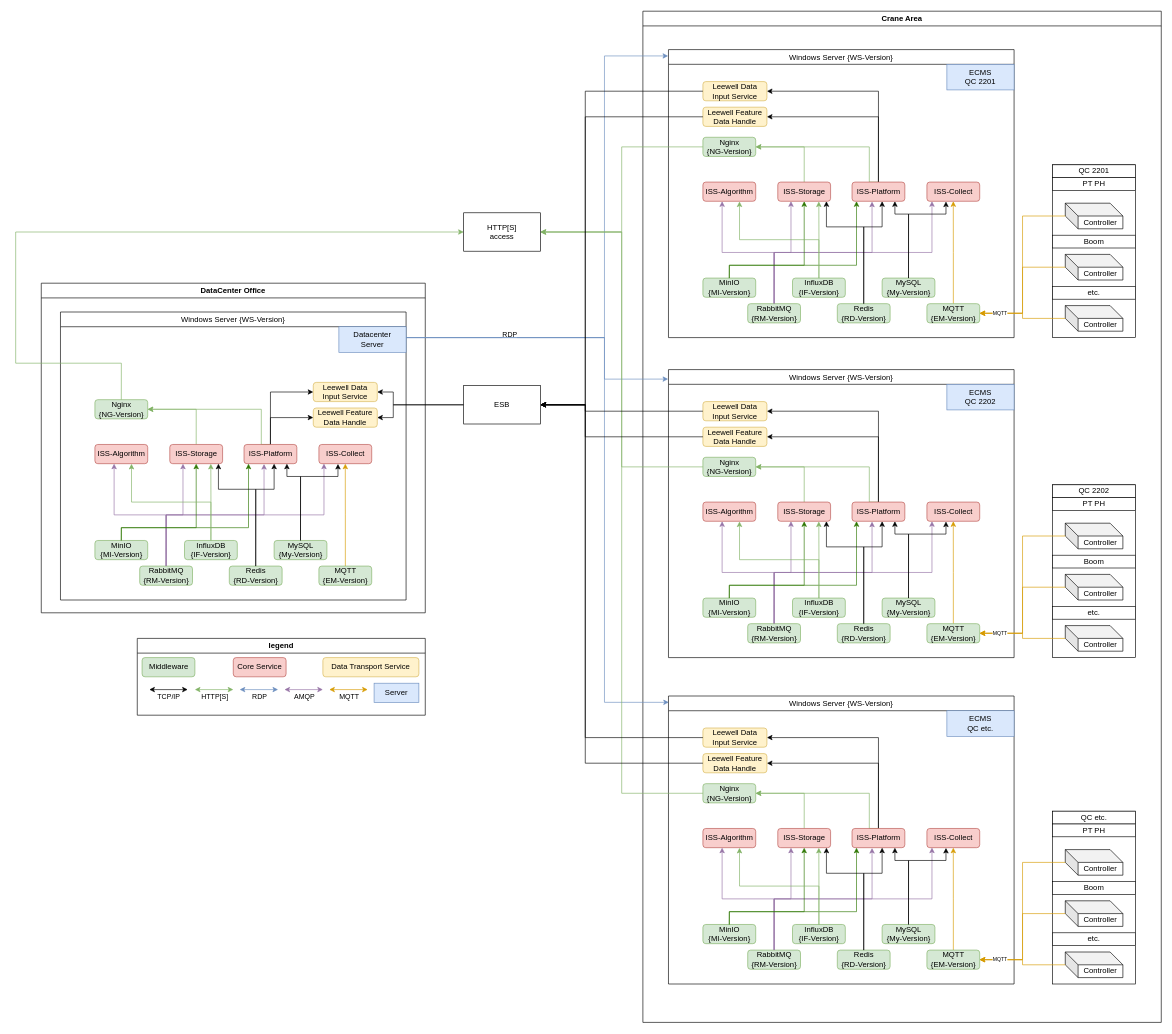
The draw.io diagram PSA 四代 ECMS 架构图.drawio in bird1225/draw, before the edit. Source tidied: cells renumbered, new cells numbered last; positions are measured from the earlier drawing's top-left corner, leaving out a move shared by most shapes. Both pictures are drawn from the tidied source at 64%, with x=0, y=0 at pixel (15, 11).
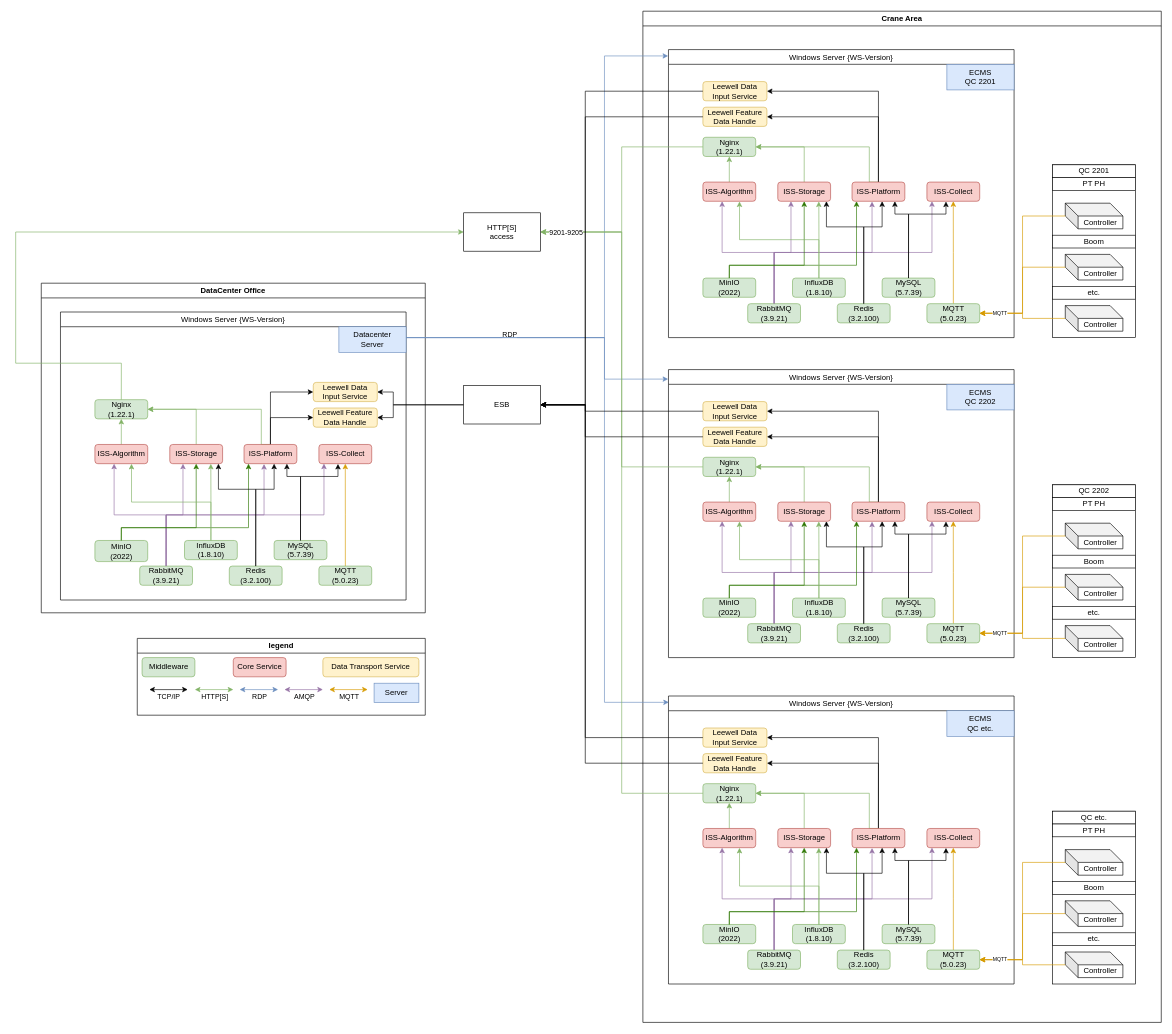
The same page after the edit.

Commit message (it also covers changes not shown here):
更新PSA 四代 ECMS 架构图.drawio

The change refers to these unchanged cells:
```xml
<mxCell id="4" value="&lt;span style=&quot;font-weight: 400;&quot;&gt;Windows Server {WS-Version}&lt;/span&gt;" style="swimlane;whiteSpace=wrap;html=1;" parent="3" vertex="1">
  <mxGeometry width="540" height="450" as="geometry" />
</mxCell>
<mxCell id="6" value="ISS-Algorithm" style="rounded=1;whiteSpace=wrap;html=1;fillColor=#f8cecc;strokeColor=#b85450;" parent="4" vertex="1">
  <mxGeometry x="53.8" y="207" width="82.5" height="30" as="geometry" />
</mxCell>
<mxCell id="50" value="&lt;span style=&quot;font-weight: 400;&quot;&gt;Windows Server {WS-Version}&lt;/span&gt;" style="swimlane;whiteSpace=wrap;html=1;" parent="49" vertex="1">
  <mxGeometry width="540" height="450" as="geometry" />
</mxCell>
<mxCell id="52" value="ISS-Algorithm" style="rounded=1;whiteSpace=wrap;html=1;fillColor=#f8cecc;strokeColor=#b85450;" parent="50" vertex="1">
  <mxGeometry x="53.8" y="207" width="82.5" height="30" as="geometry" />
</mxCell>
<mxCell id="96" value="&lt;span style=&quot;font-weight: 400;&quot;&gt;Windows Server {WS-Version}&lt;/span&gt;" style="swimlane;whiteSpace=wrap;html=1;" parent="95" vertex="1">
  <mxGeometry width="540" height="450" as="geometry" />
</mxCell>
<mxCell id="98" value="ISS-Algorithm" style="rounded=1;whiteSpace=wrap;html=1;fillColor=#f8cecc;strokeColor=#b85450;" parent="96" vertex="1">
  <mxGeometry x="53.8" y="207" width="82.5" height="30" as="geometry" />
</mxCell>
<mxCell id="145" value="&lt;span style=&quot;font-weight: 400;&quot;&gt;Windows Server {WS-Version}&lt;/span&gt;" style="swimlane;whiteSpace=wrap;html=1;" parent="144" vertex="1">
  <mxGeometry x="30" y="45" width="540" height="450" as="geometry" />
</mxCell>
<mxCell id="147" value="ISS-Algorithm" style="rounded=1;whiteSpace=wrap;html=1;fillColor=#f8cecc;strokeColor=#b85450;" parent="145" vertex="1">
  <mxGeometry x="53.8" y="207" width="82.5" height="30" as="geometry" />
</mxCell>
<mxCell id="199" style="edgeStyle=orthogonalEdgeStyle;rounded=0;jettySize=auto;html=1;exitX=0;exitY=0.5;exitDx=0;exitDy=0;entryX=1;entryY=0.5;entryDx=0;entryDy=0;fillColor=#d5e8d4;strokeColor=#82b366;" parent="1" edge="1" source="33" target="177">
  <mxGeometry relative="1" as="geometry" />
</mxCell>
```

Change to the diagram source:
```diff
@@
+    <mxCell id="207" style="edgeStyle=orthogonalEdgeStyle;rounded=0;jettySize=auto;html=1;exitX=0.5;exitY=0;exitDx=0;exitDy=0;entryX=0.5;entryY=1;entryDx=0;entryDy=0;fillColor=#d5e8d4;strokeColor=#82b366;" parent="4" edge="1" source="6" target="33">
+      <mxGeometry relative="1" as="geometry" />
+    </mxCell>
@@
-    <mxCell id="16" value="RabbitMQ&lt;br&gt;{RM-Version}" style="rounded=1;whiteSpace=wrap;html=1;fillColor=#d5e8d4;strokeColor=#82b366;" parent="4" vertex="1">
+    <mxCell id="16" value="RabbitMQ&lt;br&gt;(3.9.21)" style="rounded=1;whiteSpace=wrap;html=1;fillColor=#d5e8d4;strokeColor=#82b366;" parent="4" vertex="1">
       <mxGeometry x="123.8" y="397" width="82.5" height="30" as="geometry" />
     </mxCell>
-    <mxCell id="17" value="InfluxDB &lt;br&gt;{IF-Version}" style="rounded=1;whiteSpace=wrap;html=1;fillColor=#d5e8d4;strokeColor=#82b366;" parent="4" vertex="1">
+    <mxCell id="17" value="InfluxDB &lt;br&gt;(1.8.10)" style="rounded=1;whiteSpace=wrap;html=1;fillColor=#d5e8d4;strokeColor=#82b366;" parent="4" vertex="1">
       <mxGeometry x="193.8" y="357" width="82.5" height="30" as="geometry" />
     </mxCell>
-    <mxCell id="18" value="MySQL&lt;br&gt;{My-Version}" style="rounded=1;whiteSpace=wrap;html=1;fillColor=#d5e8d4;strokeColor=#82b366;" parent="4" vertex="1">
+    <mxCell id="18" value="MySQL&lt;br&gt;(5.7.39)" style="rounded=1;whiteSpace=wrap;html=1;fillColor=#d5e8d4;strokeColor=#82b366;" parent="4" vertex="1">
       <mxGeometry x="333.8" y="357" width="82.5" height="30" as="geometry" />
     </mxCell>
@@
-    <mxCell id="20" value="MQTT&lt;br&gt;{EM-Version}" style="rounded=1;whiteSpace=wrap;html=1;fillColor=#d5e8d4;strokeColor=#82b366;" parent="4" vertex="1">
+    <mxCell id="20" value="MQTT&lt;br&gt;(5.0.23)" style="rounded=1;whiteSpace=wrap;html=1;fillColor=#d5e8d4;strokeColor=#82b366;" parent="4" vertex="1">
       <mxGeometry x="403.8" y="397" width="82.5" height="30" as="geometry" />
     </mxCell>
@@
-    <mxCell id="23" value="Redis&lt;div&gt;{RD-Version}&lt;/div&gt;" style="rounded=1;whiteSpace=wrap;html=1;fillColor=#d5e8d4;strokeColor=#82b366;" parent="4" vertex="1">
+    <mxCell id="23" value="Redis&lt;div&gt;(3.2.100)&lt;/div&gt;" style="rounded=1;whiteSpace=wrap;html=1;fillColor=#d5e8d4;strokeColor=#82b366;" parent="4" vertex="1">
       <mxGeometry x="263.8" y="397" width="82.5" height="30" as="geometry" />
     </mxCell>
-    <mxCell id="24" value="MinIO&lt;br&gt;{MI-Version}" style="rounded=1;whiteSpace=wrap;html=1;fillColor=#d5e8d4;strokeColor=#82b366;" parent="4" vertex="1">
+    <mxCell id="24" value="MinIO&lt;br&gt;(2022)" style="rounded=1;whiteSpace=wrap;html=1;fillColor=#d5e8d4;strokeColor=#82b366;" parent="4" vertex="1">
       <mxGeometry x="53.8" y="357" width="82.5" height="30" as="geometry" />
     </mxCell>
@@
-    <mxCell id="33" value="Nginx&lt;br&gt;{NG-Version}" style="rounded=1;whiteSpace=wrap;html=1;fillColor=#d5e8d4;strokeColor=#82b366;" parent="4" vertex="1">
+    <mxCell id="33" value="Nginx&lt;br&gt;(1.22.1)" style="rounded=1;whiteSpace=wrap;html=1;fillColor=#d5e8d4;strokeColor=#82b366;" parent="4" vertex="1">
       <mxGeometry x="53.8" y="137" width="82.5" height="30" as="geometry" />
     </mxCell>
@@
+    <mxCell id="208" style="edgeStyle=orthogonalEdgeStyle;rounded=0;jettySize=auto;html=1;exitX=0.5;exitY=0;exitDx=0;exitDy=0;entryX=0.5;entryY=1;entryDx=0;entryDy=0;fillColor=#d5e8d4;strokeColor=#82b366;" parent="50" edge="1" source="52" target="79">
+      <mxGeometry relative="1" as="geometry" />
+    </mxCell>
@@
-    <mxCell id="62" value="RabbitMQ&lt;br&gt;{RM-Version}" style="rounded=1;whiteSpace=wrap;html=1;fillColor=#d5e8d4;strokeColor=#82b366;" parent="50" vertex="1">
+    <mxCell id="62" value="RabbitMQ&lt;br&gt;(3.9.21)" style="rounded=1;whiteSpace=wrap;html=1;fillColor=#d5e8d4;strokeColor=#82b366;" parent="50" vertex="1">
       <mxGeometry x="123.8" y="397" width="82.5" height="30" as="geometry" />
     </mxCell>
-    <mxCell id="63" value="InfluxDB &lt;br&gt;{IF-Version}" style="rounded=1;whiteSpace=wrap;html=1;fillColor=#d5e8d4;strokeColor=#82b366;" parent="50" vertex="1">
+    <mxCell id="63" value="InfluxDB &lt;br&gt;(1.8.10)" style="rounded=1;whiteSpace=wrap;html=1;fillColor=#d5e8d4;strokeColor=#82b366;" parent="50" vertex="1">
       <mxGeometry x="193.8" y="357" width="82.5" height="30" as="geometry" />
     </mxCell>
-    <mxCell id="64" value="MySQL&lt;br&gt;{My-Version}" style="rounded=1;whiteSpace=wrap;html=1;fillColor=#d5e8d4;strokeColor=#82b366;" parent="50" vertex="1">
+    <mxCell id="64" value="MySQL&lt;br&gt;(5.7.39)" style="rounded=1;whiteSpace=wrap;html=1;fillColor=#d5e8d4;strokeColor=#82b366;" parent="50" vertex="1">
       <mxGeometry x="333.8" y="357" width="82.5" height="30" as="geometry" />
     </mxCell>
@@
-    <mxCell id="66" value="MQTT&lt;br&gt;{EM-Version}" style="rounded=1;whiteSpace=wrap;html=1;fillColor=#d5e8d4;strokeColor=#82b366;" parent="50" vertex="1">
+    <mxCell id="66" value="MQTT&lt;br&gt;(5.0.23)" style="rounded=1;whiteSpace=wrap;html=1;fillColor=#d5e8d4;strokeColor=#82b366;" parent="50" vertex="1">
       <mxGeometry x="403.8" y="397" width="82.5" height="30" as="geometry" />
     </mxCell>
@@
-    <mxCell id="69" value="Redis&lt;div&gt;{RD-Version}&lt;/div&gt;" style="rounded=1;whiteSpace=wrap;html=1;fillColor=#d5e8d4;strokeColor=#82b366;" parent="50" vertex="1">
+    <mxCell id="69" value="Redis&lt;div&gt;(3.2.100)&lt;/div&gt;" style="rounded=1;whiteSpace=wrap;html=1;fillColor=#d5e8d4;strokeColor=#82b366;" parent="50" vertex="1">
       <mxGeometry x="263.8" y="397" width="82.5" height="30" as="geometry" />
     </mxCell>
-    <mxCell id="70" value="MinIO&lt;br&gt;{MI-Version}" style="rounded=1;whiteSpace=wrap;html=1;fillColor=#d5e8d4;strokeColor=#82b366;" parent="50" vertex="1">
+    <mxCell id="70" value="MinIO&lt;br&gt;(2022)" style="rounded=1;whiteSpace=wrap;html=1;fillColor=#d5e8d4;strokeColor=#82b366;" parent="50" vertex="1">
       <mxGeometry x="53.8" y="357" width="82.5" height="30" as="geometry" />
     </mxCell>
@@
-    <mxCell id="79" value="Nginx&lt;br&gt;{NG-Version}" style="rounded=1;whiteSpace=wrap;html=1;fillColor=#d5e8d4;strokeColor=#82b366;" parent="50" vertex="1">
+    <mxCell id="79" value="Nginx&lt;br&gt;(1.22.1)" style="rounded=1;whiteSpace=wrap;html=1;fillColor=#d5e8d4;strokeColor=#82b366;" parent="50" vertex="1">
       <mxGeometry x="53.8" y="137" width="82.5" height="30" as="geometry" />
     </mxCell>
@@
+    <mxCell id="209" style="edgeStyle=orthogonalEdgeStyle;rounded=0;jettySize=auto;html=1;exitX=0.5;exitY=0;exitDx=0;exitDy=0;entryX=0.5;entryY=1;entryDx=0;entryDy=0;fillColor=#d5e8d4;strokeColor=#82b366;" parent="96" edge="1" source="98" target="125">
+      <mxGeometry relative="1" as="geometry" />
+    </mxCell>
@@
-    <mxCell id="108" value="RabbitMQ&lt;br&gt;{RM-Version}" style="rounded=1;whiteSpace=wrap;html=1;fillColor=#d5e8d4;strokeColor=#82b366;" parent="96" vertex="1">
+    <mxCell id="108" value="RabbitMQ&lt;br&gt;(3.9.21)" style="rounded=1;whiteSpace=wrap;html=1;fillColor=#d5e8d4;strokeColor=#82b366;" parent="96" vertex="1">
       <mxGeometry x="123.8" y="397" width="82.5" height="30" as="geometry" />
     </mxCell>
-    <mxCell id="109" value="InfluxDB &lt;br&gt;{IF-Version}" style="rounded=1;whiteSpace=wrap;html=1;fillColor=#d5e8d4;strokeColor=#82b366;" parent="96" vertex="1">
+    <mxCell id="109" value="InfluxDB &lt;br&gt;(1.8.10)" style="rounded=1;whiteSpace=wrap;html=1;fillColor=#d5e8d4;strokeColor=#82b366;" parent="96" vertex="1">
       <mxGeometry x="193.8" y="357" width="82.5" height="30" as="geometry" />
     </mxCell>
-    <mxCell id="110" value="MySQL&lt;br&gt;{My-Version}" style="rounded=1;whiteSpace=wrap;html=1;fillColor=#d5e8d4;strokeColor=#82b366;" parent="96" vertex="1">
+    <mxCell id="110" value="MySQL&lt;br&gt;(5.7.39)" style="rounded=1;whiteSpace=wrap;html=1;fillColor=#d5e8d4;strokeColor=#82b366;" parent="96" vertex="1">
       <mxGeometry x="333.8" y="357" width="82.5" height="30" as="geometry" />
     </mxCell>
@@
-    <mxCell id="112" value="MQTT&lt;br&gt;{EM-Version}" style="rounded=1;whiteSpace=wrap;html=1;fillColor=#d5e8d4;strokeColor=#82b366;" parent="96" vertex="1">
+    <mxCell id="112" value="MQTT&lt;br&gt;(5.0.23)" style="rounded=1;whiteSpace=wrap;html=1;fillColor=#d5e8d4;strokeColor=#82b366;" parent="96" vertex="1">
       <mxGeometry x="403.8" y="397" width="82.5" height="30" as="geometry" />
     </mxCell>
@@
-    <mxCell id="115" value="Redis&lt;div&gt;{RD-Version}&lt;/div&gt;" style="rounded=1;whiteSpace=wrap;html=1;fillColor=#d5e8d4;strokeColor=#82b366;" parent="96" vertex="1">
+    <mxCell id="115" value="Redis&lt;div&gt;(3.2.100)&lt;/div&gt;" style="rounded=1;whiteSpace=wrap;html=1;fillColor=#d5e8d4;strokeColor=#82b366;" parent="96" vertex="1">
       <mxGeometry x="263.8" y="397" width="82.5" height="30" as="geometry" />
     </mxCell>
-    <mxCell id="116" value="MinIO&lt;br&gt;{MI-Version}" style="rounded=1;whiteSpace=wrap;html=1;fillColor=#d5e8d4;strokeColor=#82b366;" parent="96" vertex="1">
+    <mxCell id="116" value="MinIO&lt;br&gt;(2022)" style="rounded=1;whiteSpace=wrap;html=1;fillColor=#d5e8d4;strokeColor=#82b366;" parent="96" vertex="1">
       <mxGeometry x="53.8" y="357" width="82.5" height="30" as="geometry" />
     </mxCell>
@@
-    <mxCell id="125" value="Nginx&lt;br&gt;{NG-Version}" style="rounded=1;whiteSpace=wrap;html=1;fillColor=#d5e8d4;strokeColor=#82b366;" parent="96" vertex="1">
+    <mxCell id="125" value="Nginx&lt;br&gt;(1.22.1)" style="rounded=1;whiteSpace=wrap;html=1;fillColor=#d5e8d4;strokeColor=#82b366;" parent="96" vertex="1">
       <mxGeometry x="53.8" y="137" width="82.5" height="30" as="geometry" />
     </mxCell>
@@
+    <mxCell id="210" style="edgeStyle=orthogonalEdgeStyle;rounded=0;jettySize=auto;html=1;exitX=0.5;exitY=0;exitDx=0;exitDy=0;entryX=0.5;entryY=1;entryDx=0;entryDy=0;fillColor=#d5e8d4;strokeColor=#82b366;" parent="145" edge="1" source="147" target="174">
+      <mxGeometry relative="1" as="geometry" />
+    </mxCell>
@@
-    <mxCell id="157" value="RabbitMQ&lt;br&gt;{RM-Version}" style="rounded=1;whiteSpace=wrap;html=1;fillColor=#d5e8d4;strokeColor=#82b366;" parent="145" vertex="1">
+    <mxCell id="157" value="RabbitMQ&lt;br&gt;(3.9.21)" style="rounded=1;whiteSpace=wrap;html=1;fillColor=#d5e8d4;strokeColor=#82b366;" parent="145" vertex="1">
       <mxGeometry x="123.8" y="397" width="82.5" height="30" as="geometry" />
     </mxCell>
-    <mxCell id="158" value="InfluxDB &lt;br&gt;{IF-Version}" style="rounded=1;whiteSpace=wrap;html=1;fillColor=#d5e8d4;strokeColor=#82b366;" parent="145" vertex="1">
+    <mxCell id="158" value="InfluxDB &lt;br&gt;(1.8.10)" style="rounded=1;whiteSpace=wrap;html=1;fillColor=#d5e8d4;strokeColor=#82b366;" parent="145" vertex="1">
       <mxGeometry x="193.8" y="357" width="82.5" height="30" as="geometry" />
     </mxCell>
-    <mxCell id="159" value="MySQL&lt;br&gt;{My-Version}" style="rounded=1;whiteSpace=wrap;html=1;fillColor=#d5e8d4;strokeColor=#82b366;" parent="145" vertex="1">
+    <mxCell id="159" value="MySQL&lt;br&gt;(5.7.39)" style="rounded=1;whiteSpace=wrap;html=1;fillColor=#d5e8d4;strokeColor=#82b366;" parent="145" vertex="1">
       <mxGeometry x="333.8" y="357" width="82.5" height="30" as="geometry" />
     </mxCell>
@@
-    <mxCell id="161" value="MQTT&lt;br&gt;{EM-Version}" style="rounded=1;whiteSpace=wrap;html=1;fillColor=#d5e8d4;strokeColor=#82b366;" parent="145" vertex="1">
+    <mxCell id="161" value="MQTT&lt;br&gt;(5.0.23)" style="rounded=1;whiteSpace=wrap;html=1;fillColor=#d5e8d4;strokeColor=#82b366;" parent="145" vertex="1">
       <mxGeometry x="403.8" y="397" width="82.5" height="30" as="geometry" />
     </mxCell>
@@
-    <mxCell id="164" value="Redis&lt;div&gt;{RD-Version}&lt;/div&gt;" style="rounded=1;whiteSpace=wrap;html=1;fillColor=#d5e8d4;strokeColor=#82b366;" parent="145" vertex="1">
+    <mxCell id="164" value="Redis&lt;div&gt;(3.2.100)&lt;/div&gt;" style="rounded=1;whiteSpace=wrap;html=1;fillColor=#d5e8d4;strokeColor=#82b366;" parent="145" vertex="1">
       <mxGeometry x="263.8" y="397" width="82.5" height="30" as="geometry" />
     </mxCell>
-    <mxCell id="165" value="MinIO&lt;br&gt;{MI-Version}" style="rounded=1;whiteSpace=wrap;html=1;fillColor=#d5e8d4;strokeColor=#82b366;" parent="145" vertex="1">
-      <mxGeometry x="53.8" y="357" width="82.5" height="30" as="geometry" />
+    <mxCell id="165" value="MinIO&lt;br&gt;(2022)" style="rounded=1;whiteSpace=wrap;html=1;fillColor=#d5e8d4;strokeColor=#82b366;" parent="145" vertex="1">
+      <mxGeometry x="53.8" y="357" width="82.5" height="33" as="geometry" />
     </mxCell>
@@
-    <mxCell id="174" value="Nginx&lt;br&gt;{NG-Version}" style="rounded=1;whiteSpace=wrap;html=1;fillColor=#d5e8d4;strokeColor=#82b366;" parent="145" vertex="1">
+    <mxCell id="174" value="Nginx&lt;br&gt;(1.22.1)" style="rounded=1;whiteSpace=wrap;html=1;fillColor=#d5e8d4;strokeColor=#82b366;" parent="145" vertex="1">
       <mxGeometry x="53.8" y="137" width="82.5" height="30" as="geometry" />
     </mxCell>
@@
+    <mxCell id="211" value="9201-9205" style="edgeLabel;html=1;align=center;verticalAlign=middle;" parent="199" vertex="1">
+      <mxGeometry x="0.9" y="-1" relative="1" as="geometry">
+        <mxPoint x="20" y="1" as="offset" />
+      </mxGeometry>
+    </mxCell>
```
